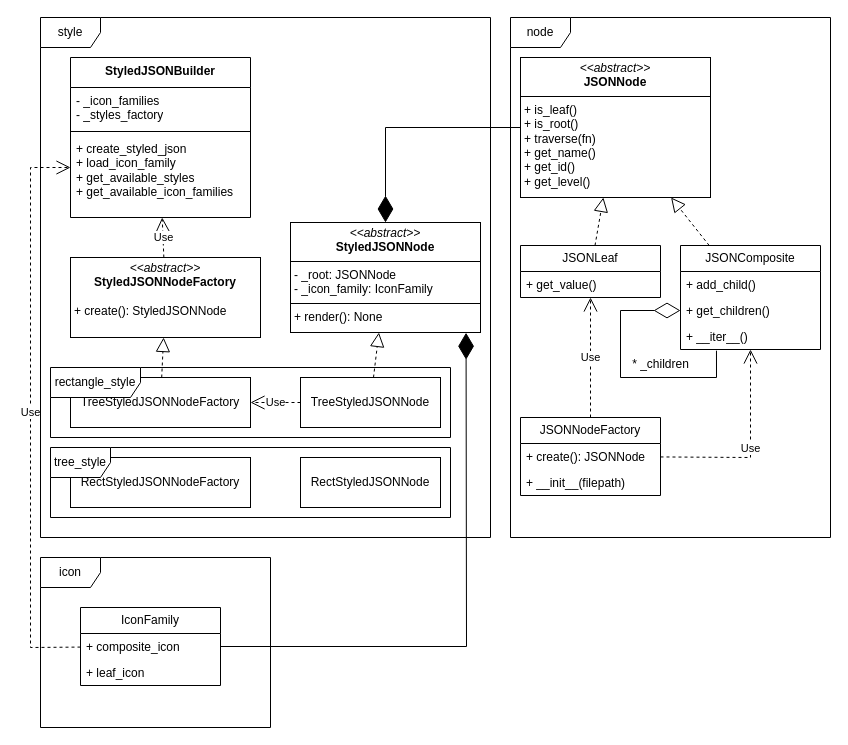
This is docs/design.drawio from Mrcer/funny-json-explorer, a draw.io file, before an edit. Source tidied: cells renumbered, new cells numbered last; positions are measured from the earlier drawing's top-left corner, leaving out a move shared by most shapes. Both pictures are drawn from the tidied source at 100%, with x=0, y=0 at pixel (30, 17).
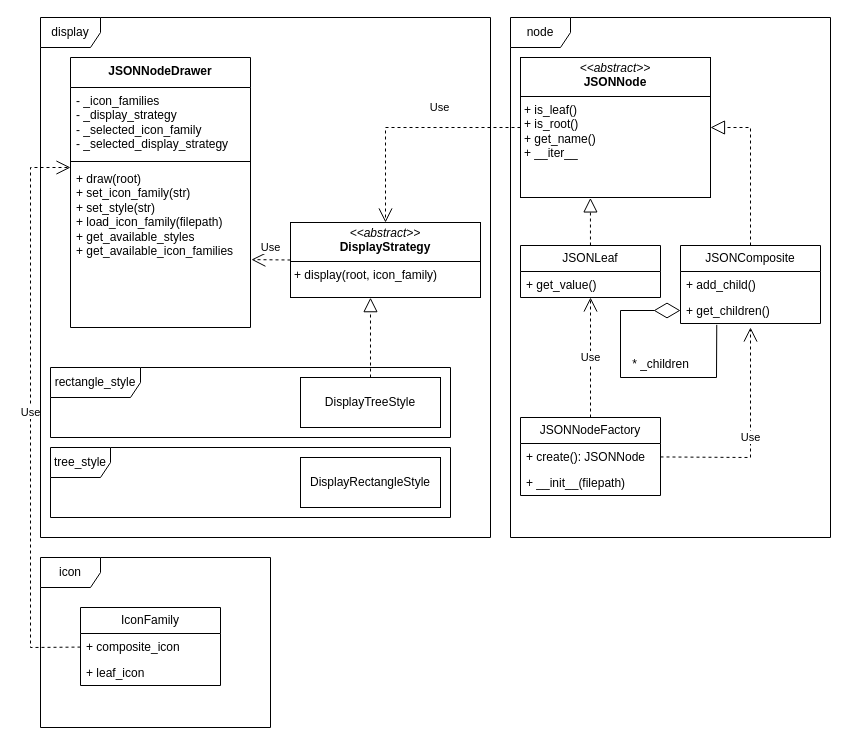
The same diagram, later.

The change refers to these unchanged cells:
```xml
<mxCell id="14" value="+ composite_icon" style="text;strokeColor=none;fillColor=none;align=left;verticalAlign=top;spacingLeft=4;spacingRight=4;overflow=hidden;points=[[0,0.5],[1,0.5]];portConstraint=eastwest;whiteSpace=wrap;html=1;" parent="13" vertex="1">
  <mxGeometry y="26" width="140" height="26" as="geometry" />
</mxCell>
<mxCell id="19" value="+ get_children()" style="text;strokeColor=none;fillColor=none;align=left;verticalAlign=top;spacingLeft=4;spacingRight=4;overflow=hidden;points=[[0,0.5],[1,0.5]];portConstraint=eastwest;whiteSpace=wrap;html=1;" parent="17" vertex="1">
  <mxGeometry y="52" width="140" height="26" as="geometry" />
</mxCell>
<mxCell id="22" value="JSONLeaf" style="swimlane;fontStyle=0;horizontal=1;startSize=26;fillColor=none;whiteSpace=wrap;html=1;" parent="1" vertex="1">
  <mxGeometry x="490" y="228" width="140" height="52" as="geometry" />
</mxCell>
<mxCell id="27" value="JSONNodeFactory" style="swimlane;fontStyle=0;horizontal=1;startSize=26;fillColor=none;whiteSpace=wrap;html=1;" parent="1" vertex="1">
  <mxGeometry x="490" y="400" width="140" height="78" as="geometry" />
</mxCell>
```

Change to the diagram source:
```diff
@@
-    <mxCell id="2" value="&lt;p style=&quot;margin:0px;margin-top:4px;text-align:center;&quot;&gt;&lt;i&gt;&amp;lt;&amp;lt;abstract&amp;gt;&amp;gt;&lt;/i&gt;&lt;br&gt;&lt;b&gt;StyledJSONNode&lt;/b&gt;&lt;/p&gt;&lt;hr size=&quot;1&quot; style=&quot;border-style:solid;&quot;&gt;&lt;p style=&quot;margin:0px;margin-left:4px;&quot;&gt;- _root: JSONNode&lt;br&gt;- _icon_family: IconFamily&lt;/p&gt;&lt;hr size=&quot;1&quot; style=&quot;border-style:solid;&quot;&gt;&lt;p style=&quot;margin:0px;margin-left:4px;&quot;&gt;+ render(): None&lt;br&gt;&lt;/p&gt;" style="verticalAlign=top;align=left;overflow=fill;html=1;whiteSpace=wrap;" parent="1" vertex="1">
-      <mxGeometry x="260" y="205" width="190" height="110" as="geometry" />
+    <mxCell id="2" value="&lt;p style=&quot;margin:0px;margin-top:4px;text-align:center;&quot;&gt;&lt;i&gt;&amp;lt;&amp;lt;abstract&amp;gt;&amp;gt;&lt;/i&gt;&lt;br&gt;&lt;b&gt;DisplayStrategy&lt;/b&gt;&lt;/p&gt;&lt;hr size=&quot;1&quot; style=&quot;border-style:solid;&quot;&gt;&lt;p style=&quot;margin:0px;margin-left:4px;&quot;&gt;+ display(root, icon_family)&lt;/p&gt;" style="verticalAlign=top;align=left;overflow=fill;html=1;whiteSpace=wrap;" parent="1" vertex="1">
+      <mxGeometry x="260" y="205" width="190" height="75" as="geometry" />
     </mxCell>
-    <mxCell id="3" value="&lt;p style=&quot;margin:0px;margin-top:4px;text-align:center;&quot;&gt;&lt;i&gt;&amp;lt;&amp;lt;abstract&amp;gt;&amp;gt;&lt;/i&gt;&lt;br&gt;&lt;b&gt;StyledJSONNodeFactory&lt;/b&gt;&lt;/p&gt;&lt;p style=&quot;margin:0px;margin-left:4px;&quot;&gt;&lt;/p&gt;&lt;p style=&quot;margin:0px;margin-left:4px;&quot;&gt;&lt;br&gt;&lt;/p&gt;&lt;p style=&quot;margin:0px;margin-left:4px;&quot;&gt;+ create(): StyledJSONNode&lt;br&gt;&lt;/p&gt;" style="verticalAlign=top;align=left;overflow=fill;html=1;whiteSpace=wrap;" parent="1" vertex="1">
-      <mxGeometry x="40" y="240" width="190" height="80" as="geometry" />
-    </mxCell>
-    <mxCell id="4" value="TreeStyledJSONNode" style="html=1;whiteSpace=wrap;" parent="1" vertex="1">
+    <mxCell id="4" value="DisplayTreeStyle" style="html=1;whiteSpace=wrap;" parent="1" vertex="1">
       <mxGeometry x="270" y="360" width="140" height="50" as="geometry" />
     </mxCell>
-    <mxCell id="5" value="RectStyledJSONNode" style="html=1;whiteSpace=wrap;" parent="1" vertex="1">
+    <mxCell id="5" value="DisplayRectangleStyle" style="html=1;whiteSpace=wrap;" parent="1" vertex="1">
       <mxGeometry x="270" y="440" width="140" height="50" as="geometry" />
     </mxCell>
-    <mxCell id="6" value="TreeStyledJSONNodeFactory" style="html=1;whiteSpace=wrap;" parent="1" vertex="1">
-      <mxGeometry x="40" y="360" width="180" height="50" as="geometry" />
-    </mxCell>
-    <mxCell id="7" value="RectStyledJSONNodeFactory" style="html=1;whiteSpace=wrap;" parent="1" vertex="1">
-      <mxGeometry x="40" y="440" width="180" height="50" as="geometry" />
-    </mxCell>
-    <mxCell id="8" style="edgeStyle=orthogonalEdgeStyle;rounded=0;orthogonalLoop=1;jettySize=auto;html=1;exitX=0.5;exitY=1;exitDx=0;exitDy=0;" parent="1" edge="1" source="3" target="3">
-      <mxGeometry relative="1" as="geometry" />
+    <mxCell id="8" style="edgeStyle=orthogonalEdgeStyle;rounded=0;orthogonalLoop=1;jettySize=auto;html=1;exitX=0.5;exitY=1;exitDx=0;exitDy=0;" parent="1" edge="1">
+      <mxGeometry relative="1" as="geometry">
+        <mxPoint x="135" y="320" as="sourcePoint" />
+        <mxPoint x="135" y="320" as="targetPoint" />
+      </mxGeometry>
     </mxCell>
-    <mxCell id="9" value="StyledJSONBuilder" style="swimlane;fontStyle=1;align=center;verticalAlign=top;horizontal=1;startSize=30;whiteSpace=wrap;html=1;" parent="1" vertex="1">
-      <mxGeometry x="40" y="40" width="180" height="160" as="geometry" />
+    <mxCell id="9" value="JSONNodeDrawer" style="swimlane;fontStyle=1;align=center;verticalAlign=top;horizontal=1;startSize=30;whiteSpace=wrap;html=1;" parent="1" vertex="1">
+      <mxGeometry x="40" y="40" width="180" height="270" as="geometry" />
     </mxCell>
-    <mxCell id="10" value="- _icon_families&lt;div&gt;- _styles_factory&lt;/div&gt;" style="text;strokeColor=none;fillColor=none;align=left;verticalAlign=top;spacingLeft=4;spacingRight=4;overflow=hidden;whiteSpace=wrap;html=1;" parent="9" vertex="1">
-      <mxGeometry y="30" width="180" height="40" as="geometry" />
+    <mxCell id="10" value="- _icon_families&lt;div&gt;- _display_strategy&lt;/div&gt;&lt;div&gt;- _selected_icon_family&lt;/div&gt;&lt;div&gt;- _selected_display_strategy&lt;/div&gt;" style="text;strokeColor=none;fillColor=none;align=left;verticalAlign=top;spacingLeft=4;spacingRight=4;overflow=hidden;whiteSpace=wrap;html=1;" parent="9" vertex="1">
+      <mxGeometry y="30" width="180" height="70" as="geometry" />
     </mxCell>
     <mxCell id="11" style="line;strokeWidth=1;fillColor=none;align=left;verticalAlign=middle;spacingTop=-1;spacingLeft=3;spacingRight=3;labelPosition=right;strokeColor=inherit;" parent="9" vertex="1">
-      <mxGeometry y="70" width="180" height="8" as="geometry" />
+      <mxGeometry y="100" width="180" height="8" as="geometry" />
     </mxCell>
-    <mxCell id="12" value="+ create_styled_json&lt;div&gt;+ load_icon_family&lt;/div&gt;&lt;div&gt;+ get_available_styles&lt;/div&gt;&lt;div&gt;+ get_available_icon_families&lt;/div&gt;" style="text;strokeColor=none;fillColor=none;align=left;verticalAlign=top;spacingLeft=4;spacingRight=4;overflow=hidden;points=[[0,0.5],[1,0.5]];portConstraint=eastwest;whiteSpace=wrap;html=1;" parent="9" vertex="1">
-      <mxGeometry y="78" width="180" height="82" as="geometry" />
+    <mxCell id="12" value="+ draw(root)&lt;div&gt;+ set_icon_family(str)&lt;/div&gt;&lt;div&gt;+ set_style(str)&lt;br&gt;&lt;div&gt;+ load_icon_family(filepath)&lt;/div&gt;&lt;div&gt;+ get_available_styles&lt;/div&gt;&lt;div&gt;+ get_available_icon_families&lt;/div&gt;&lt;/div&gt;" style="text;strokeColor=none;fillColor=none;align=left;verticalAlign=top;spacingLeft=4;spacingRight=4;overflow=hidden;points=[[0,0.5],[1,0.5]];portConstraint=eastwest;whiteSpace=wrap;html=1;" parent="9" vertex="1">
+      <mxGeometry y="108" width="180" height="162" as="geometry" />
     </mxCell>
@@
-    <mxCell id="16" value="&lt;p style=&quot;margin:0px;margin-top:4px;text-align:center;&quot;&gt;&lt;i&gt;&amp;lt;&amp;lt;abstract&amp;gt;&amp;gt;&lt;/i&gt;&lt;br&gt;&lt;b&gt;JSONNode&lt;/b&gt;&lt;/p&gt;&lt;hr size=&quot;1&quot; style=&quot;border-style:solid;&quot;&gt;&lt;p style=&quot;margin:0px;margin-left:4px;&quot;&gt;&lt;span style=&quot;background-color: initial;&quot;&gt;+ is_leaf()&lt;/span&gt;&lt;/p&gt;&lt;p style=&quot;margin:0px;margin-left:4px;&quot;&gt;+ is_root()&lt;/p&gt;&lt;p style=&quot;margin:0px;margin-left:4px;&quot;&gt;+ traverse(fn)&lt;/p&gt;&lt;p style=&quot;margin:0px;margin-left:4px;&quot;&gt;+ get_name()&lt;/p&gt;&lt;p style=&quot;margin:0px;margin-left:4px;&quot;&gt;+ get_id()&lt;/p&gt;&lt;p style=&quot;margin:0px;margin-left:4px;&quot;&gt;+ get_level()&lt;/p&gt;&lt;p style=&quot;margin:0px;margin-left:4px;&quot;&gt;&lt;br&gt;&lt;/p&gt;" style="verticalAlign=top;align=left;overflow=fill;html=1;whiteSpace=wrap;" parent="1" vertex="1">
+    <mxCell id="16" value="&lt;p style=&quot;margin:0px;margin-top:4px;text-align:center;&quot;&gt;&lt;i&gt;&amp;lt;&amp;lt;abstract&amp;gt;&amp;gt;&lt;/i&gt;&lt;br&gt;&lt;b&gt;JSONNode&lt;/b&gt;&lt;/p&gt;&lt;hr size=&quot;1&quot; style=&quot;border-style:solid;&quot;&gt;&lt;p style=&quot;margin:0px;margin-left:4px;&quot;&gt;&lt;span style=&quot;background-color: initial;&quot;&gt;+ is_leaf()&lt;/span&gt;&lt;/p&gt;&lt;p style=&quot;margin:0px;margin-left:4px;&quot;&gt;+ is_root()&lt;/p&gt;&lt;p style=&quot;margin:0px;margin-left:4px;&quot;&gt;+ get_name()&lt;/p&gt;&lt;p style=&quot;margin:0px;margin-left:4px;&quot;&gt;+ __iter__&lt;/p&gt;&lt;p style=&quot;margin:0px;margin-left:4px;&quot;&gt;&lt;br&gt;&lt;/p&gt;" style="verticalAlign=top;align=left;overflow=fill;html=1;whiteSpace=wrap;" parent="1" vertex="1">
       <mxGeometry x="490" y="40" width="190" height="140" as="geometry" />
     </mxCell>
     <mxCell id="17" value="JSONComposite" style="swimlane;fontStyle=0;horizontal=1;startSize=26;fillColor=none;whiteSpace=wrap;html=1;" parent="1" vertex="1">
-      <mxGeometry x="650" y="228" width="140" height="104" as="geometry" />
+      <mxGeometry x="650" y="228" width="140" height="78" as="geometry" />
     </mxCell>
@@
-    <mxCell id="20" value="+ __iter__()" style="text;strokeColor=none;fillColor=none;align=left;verticalAlign=top;spacingLeft=4;spacingRight=4;overflow=hidden;points=[[0,0.5],[1,0.5]];portConstraint=eastwest;whiteSpace=wrap;html=1;" parent="17" vertex="1">
-      <mxGeometry y="78" width="140" height="26" as="geometry" />
-    </mxCell>
-    <mxCell id="21" style="endArrow=diamondThin;endFill=0;endSize=24;html=1;rounded=0;exitX=0.257;exitY=1.046;exitDx=0;exitDy=0;exitPerimeter=0;entryX=0;entryY=0.5;entryDx=0;entryDy=0;" parent="17" edge="1" source="20" target="19">
+    <mxCell id="21" style="endArrow=diamondThin;endFill=0;endSize=24;html=1;rounded=0;entryX=0;entryY=0.5;entryDx=0;entryDy=0;exitX=0.259;exitY=1.051;exitDx=0;exitDy=0;exitPerimeter=0;" parent="17" edge="1" source="19" target="19">
       <mxGeometry relative="1" as="geometry">
         <Array as="points">
           <mxPoint x="36" y="132" />
           <mxPoint x="-60" y="132" />
           <mxPoint x="-60" y="65" />
         </Array>
       </mxGeometry>
     </mxCell>
@@
-    <mxCell id="24" style="endArrow=block;dashed=1;endFill=0;endSize=12;html=1;rounded=0;" parent="1" edge="1" source="22" target="16">
+    <mxCell id="24" style="endArrow=block;dashed=1;endFill=0;endSize=12;html=1;rounded=0;entryX=0.368;entryY=1.003;entryDx=0;entryDy=0;entryPerimeter=0;" parent="1" edge="1" source="22" target="16">
       <mxGeometry relative="1" as="geometry" />
     </mxCell>
     <mxCell id="25" style="endArrow=block;dashed=1;endFill=0;endSize=12;html=1;rounded=0;" parent="1" edge="1" source="17" target="16">
-      <mxGeometry relative="1" as="geometry" />
+      <mxGeometry relative="1" as="geometry">
+        <Array as="points">
+          <mxPoint x="720" y="110" />
+        </Array>
+      </mxGeometry>
     </mxCell>
@@
-    <mxCell id="31" value="Use" style="endArrow=open;endSize=12;dashed=1;html=1;rounded=0;" parent="1" edge="1" source="27" target="20">
+    <mxCell id="31" value="Use" style="endArrow=open;endSize=12;dashed=1;html=1;rounded=0;" parent="1" edge="1" source="27">
       <mxGeometry relative="1" as="geometry">
+        <mxPoint x="720" y="310" as="targetPoint" />
         <Array as="points">
           <mxPoint x="720" y="440" />
         </Array>
       </mxGeometry>
     </mxCell>
@@
-    <mxCell id="33" style="endArrow=block;dashed=1;endFill=0;endSize=12;html=1;rounded=0;" parent="1" edge="1" source="6" target="3">
-      <mxGeometry relative="1" as="geometry" />
-    </mxCell>
-    <mxCell id="34" style="endArrow=block;dashed=1;endFill=0;endSize=12;html=1;rounded=0;" parent="1" edge="1" source="4" target="2">
+    <mxCell id="34" style="endArrow=block;dashed=1;endFill=0;endSize=12;html=1;rounded=0;entryX=0.421;entryY=1.002;entryDx=0;entryDy=0;entryPerimeter=0;" parent="1" edge="1" source="4" target="2">
       <mxGeometry relative="1" as="geometry" />
     </mxCell>
-    <mxCell id="35" value="Use" style="endArrow=open;endSize=12;dashed=1;html=1;rounded=0;" parent="1" edge="1" source="3" target="12">
-      <mxGeometry relative="1" as="geometry" />
-    </mxCell>
-    <mxCell id="36" value="Use" style="endArrow=open;endSize=12;dashed=1;html=1;rounded=0;" parent="1" edge="1" source="4" target="6">
-      <mxGeometry relative="1" as="geometry" />
-    </mxCell>
-    <mxCell id="37" style="endArrow=diamondThin;endFill=1;endSize=24;html=1;rounded=0;" parent="1" edge="1" source="16" target="2">
-      <mxGeometry relative="1" as="geometry">
-        <Array as="points">
-          <mxPoint x="355" y="110" />
-        </Array>
-      </mxGeometry>
-    </mxCell>
@@
-    <mxCell id="39" style="endArrow=diamondThin;endFill=1;endSize=24;html=1;rounded=0;entryX=0.924;entryY=1.002;entryDx=0;entryDy=0;entryPerimeter=0;" parent="1" edge="1" source="14" target="2">
-      <mxGeometry relative="1" as="geometry">
-        <Array as="points">
-          <mxPoint x="436" y="629" />
-        </Array>
-      </mxGeometry>
-    </mxCell>
-    <mxCell id="40" value="style" style="shape=umlFrame;whiteSpace=wrap;html=1;" parent="1" vertex="1">
+    <mxCell id="40" value="display" style="shape=umlFrame;whiteSpace=wrap;html=1;" parent="1" vertex="1">
       <mxGeometry x="10" width="450" height="520" as="geometry" />
     </mxCell>
@@
+    <mxCell id="44" value="Use" style="endArrow=open;endSize=12;dashed=1;html=1;rounded=0;exitX=0;exitY=0.5;exitDx=0;exitDy=0;entryX=1.005;entryY=0.581;entryDx=0;entryDy=0;entryPerimeter=0;" parent="1" edge="1" source="2" target="12">
+      <mxGeometry x="0.03" y="-12" relative="1" as="geometry" />
+    </mxCell>
+    <mxCell id="37" value="Use" style="endArrow=open;endSize=12;dashed=1;html=1;rounded=0;exitX=0;exitY=0.5;exitDx=0;exitDy=0;" parent="1" edge="1" source="16" target="2">
+      <mxGeometry x="-0.3" y="-20" relative="1" as="geometry">
+        <Array as="points">
+          <mxPoint x="355" y="110" />
+        </Array>
+      </mxGeometry>
+    </mxCell>
```
